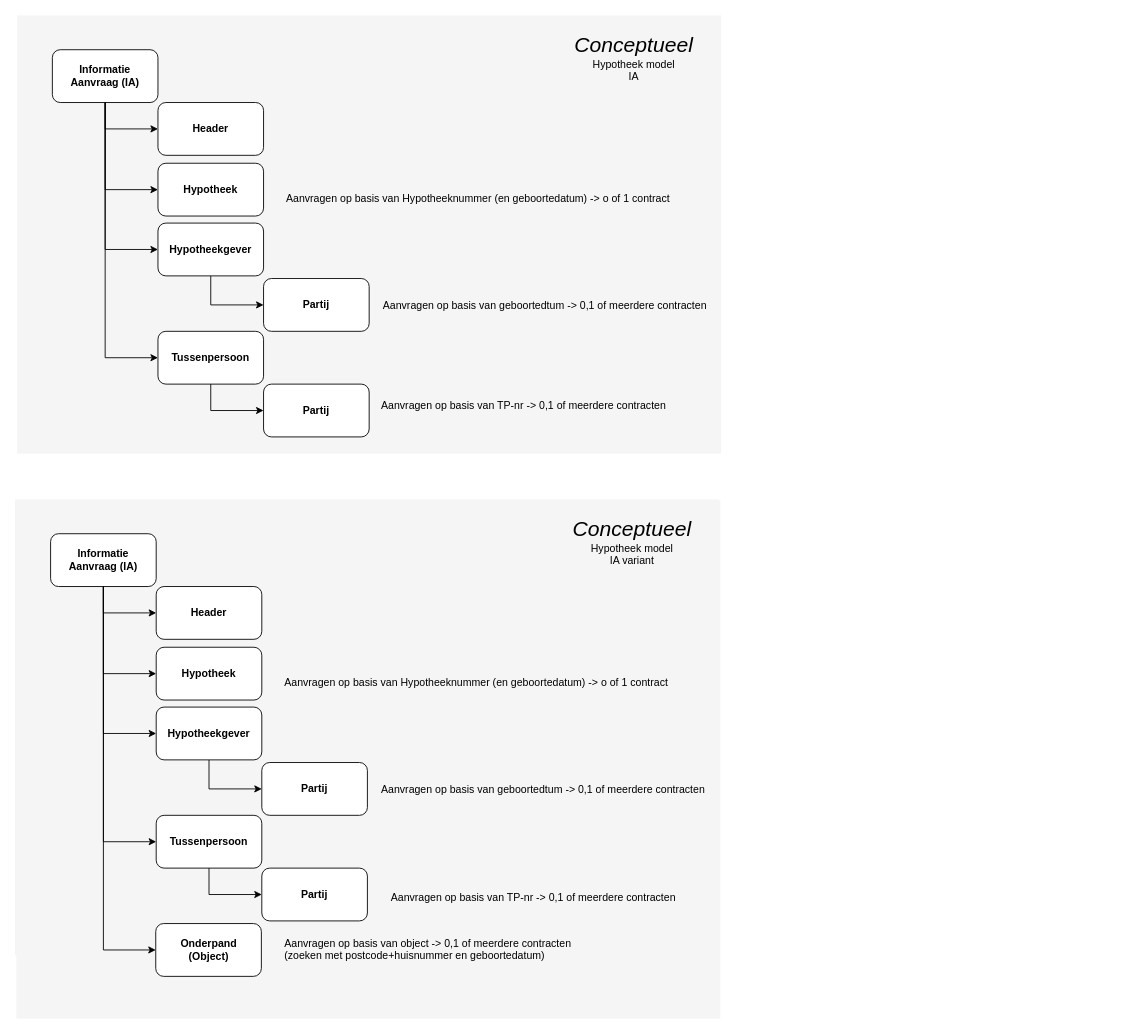
Above: page "IA Model" (2 of 20) of 3rdPartyDatasharing-HDN-IA-IX.drawio in luchthandel/diagrams (draw.io), before the change. Source tidied: cells renumbered, new cells numbered last; positions are measured from the earlier drawing's top-left corner, leaving out a move shared by most shapes. Both pictures are drawn from the tidied source at 88%, with x=0, y=0 at pixel (14, 15).
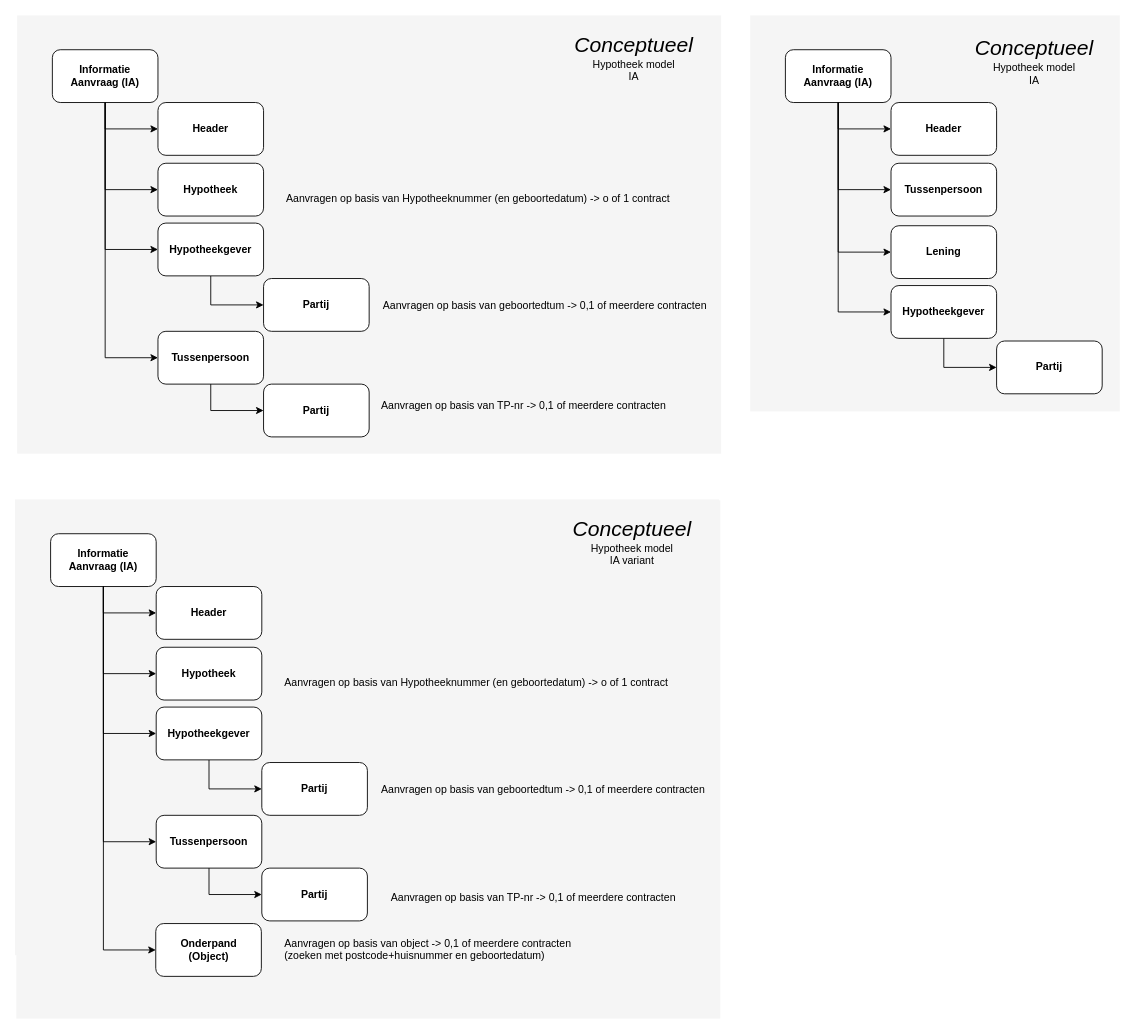
The same page after the edit.

The edit, as a diff of the source:
```diff
@@
+    <mxCell id="42" style="rounded=0;whiteSpace=wrap;html=1;fontSize=30;align=right;fillColor=#f5f5f5;strokeColor=none;fontColor=#333333;" parent="1" vertex="1">
+      <mxGeometry x="836" width="420" height="450" as="geometry" />
+    </mxCell>
+    <mxCell id="43" value="&lt;b&gt;Tussenpersoon&lt;/b&gt;" style="rounded=1;whiteSpace=wrap;html=1;fontStyle=1;" parent="1" vertex="1">
+      <mxGeometry x="996" y="168" width="120" height="60" as="geometry" />
+    </mxCell>
+    <mxCell id="44" style="edgeStyle=orthogonalEdgeStyle;rounded=0;jettySize=auto;html=1;exitX=0.5;exitY=1;exitDx=0;exitDy=0;entryX=0;entryY=0.5;entryDx=0;entryDy=0;" parent="1" edge="1" source="45" target="50">
+      <mxGeometry relative="1" as="geometry" />
+    </mxCell>
+    <mxCell id="45" value="&lt;b&gt;Hypotheekgever&lt;/b&gt;" style="rounded=1;whiteSpace=wrap;html=1;" parent="1" vertex="1">
+      <mxGeometry x="996" y="307" width="120" height="60" as="geometry" />
+    </mxCell>
+    <mxCell id="46" value="&lt;b&gt;Lening&lt;br&gt;&lt;/b&gt;" style="rounded=1;whiteSpace=wrap;html=1;" parent="1" vertex="1">
+      <mxGeometry x="996" y="239" width="120" height="60" as="geometry" />
+    </mxCell>
+    <mxCell id="47" style="edgeStyle=orthogonalEdgeStyle;rounded=0;jettySize=auto;html=1;exitX=0.5;exitY=1;exitDx=0;exitDy=0;entryX=0;entryY=0.5;entryDx=0;entryDy=0;" parent="1" edge="1" source="48" target="49">
+      <mxGeometry relative="1" as="geometry" />
+    </mxCell>
+    <mxCell id="48" value="Informatie&lt;br&gt;Aanvraag (IA)" style="rounded=1;whiteSpace=wrap;html=1;fontStyle=1;" parent="1" vertex="1">
+      <mxGeometry x="876" y="39" width="120" height="60" as="geometry" />
+    </mxCell>
+    <mxCell id="49" value="Header" style="rounded=1;whiteSpace=wrap;html=1;fontStyle=1;" parent="1" vertex="1">
+      <mxGeometry x="996" y="99" width="120" height="60" as="geometry" />
+    </mxCell>
+    <mxCell id="50" value="&lt;b&gt;Partij&lt;br&gt;&lt;/b&gt;" style="rounded=1;whiteSpace=wrap;html=1;" parent="1" vertex="1">
+      <mxGeometry x="1116" y="370" width="120" height="60" as="geometry" />
+    </mxCell>
+    <mxCell id="51" style="edgeStyle=orthogonalEdgeStyle;rounded=0;jettySize=auto;html=1;exitX=0.5;exitY=1;exitDx=0;exitDy=0;entryX=0;entryY=0.5;entryDx=0;entryDy=0;" parent="1" edge="1" source="48" target="43">
+      <mxGeometry relative="1" as="geometry" />
+    </mxCell>
+    <mxCell id="52" style="edgeStyle=orthogonalEdgeStyle;rounded=0;jettySize=auto;html=1;exitX=0.5;exitY=1;exitDx=0;exitDy=0;entryX=0;entryY=0.5;entryDx=0;entryDy=0;" parent="1" edge="1" source="48" target="45">
+      <mxGeometry relative="1" as="geometry" />
+    </mxCell>
+    <mxCell id="53" style="edgeStyle=orthogonalEdgeStyle;rounded=0;jettySize=auto;html=1;exitX=0.5;exitY=1;exitDx=0;exitDy=0;entryX=0;entryY=0.5;entryDx=0;entryDy=0;" parent="1" edge="1" source="48" target="46">
+      <mxGeometry relative="1" as="geometry" />
+    </mxCell>
+    <mxCell id="54" value="&lt;font&gt;&lt;span style=&quot;font-size: 24px&quot;&gt;&lt;i&gt;Conceptueel&lt;br&gt;&lt;/i&gt;&lt;/span&gt;Hypotheek model&lt;br&gt;IA&lt;br&gt;&lt;/font&gt;" style="text;html=1;strokeColor=none;fillColor=none;align=center;verticalAlign=middle;whiteSpace=wrap;rounded=0;" parent="1" vertex="1">
+      <mxGeometry x="1082" y="14" width="154" height="76" as="geometry" />
+    </mxCell>
```
